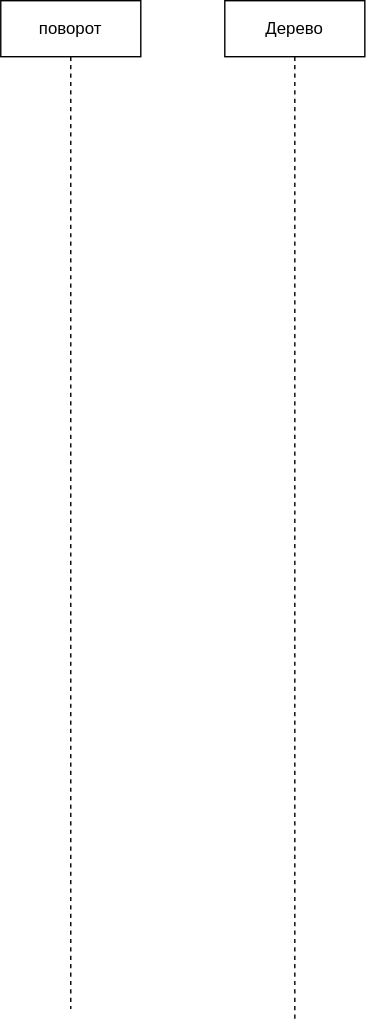
Before: База/Структуры данных/2. Быстро находить данные и проверять условия/2.3. Проверять принадлежность и уникальность/Множество (Set)/TreeAvl.поворот.drawio.svg, a diagram exported from draw.io (kosukhin/catalog). Source tidied: cells renumbered, new cells last; positions are measured from the earlier drawing's top-left corner, leaving out a move shared by most shapes. Source of this version:
```xml
<mxGraphModel>
  <root>
    <mxCell id="0" />
    <mxCell id="1" parent="0" />
    <mxCell id="2" value="поворот" style="shape=umlLifeline;perimeter=lifelinePerimeter;whiteSpace=wrap;html=1;outlineConnect=0;portConstraint=eastwest;newEdgeStyle={&quot;edgeStyle&quot;:&quot;sequenceEdgeStyle&quot;,&quot;libavoidRouting&quot;:0,&quot;curved&quot;:0,&quot;rounded&quot;:0};" parent="1" vertex="1">
      <mxGeometry width="100" height="720" as="geometry" />
    </mxCell>
    <mxCell id="3" value="Дерево" style="shape=umlLifeline;perimeter=lifelinePerimeter;whiteSpace=wrap;html=1;outlineConnect=0;portConstraint=eastwest;newEdgeStyle={&quot;edgeStyle&quot;:&quot;sequenceEdgeStyle&quot;,&quot;libavoidRouting&quot;:0,&quot;curved&quot;:0,&quot;rounded&quot;:0};" parent="1" vertex="1">
      <mxGeometry x="160" width="100" height="730" as="geometry" />
    </mxCell>
  </root>
</mxGraphModel>
```
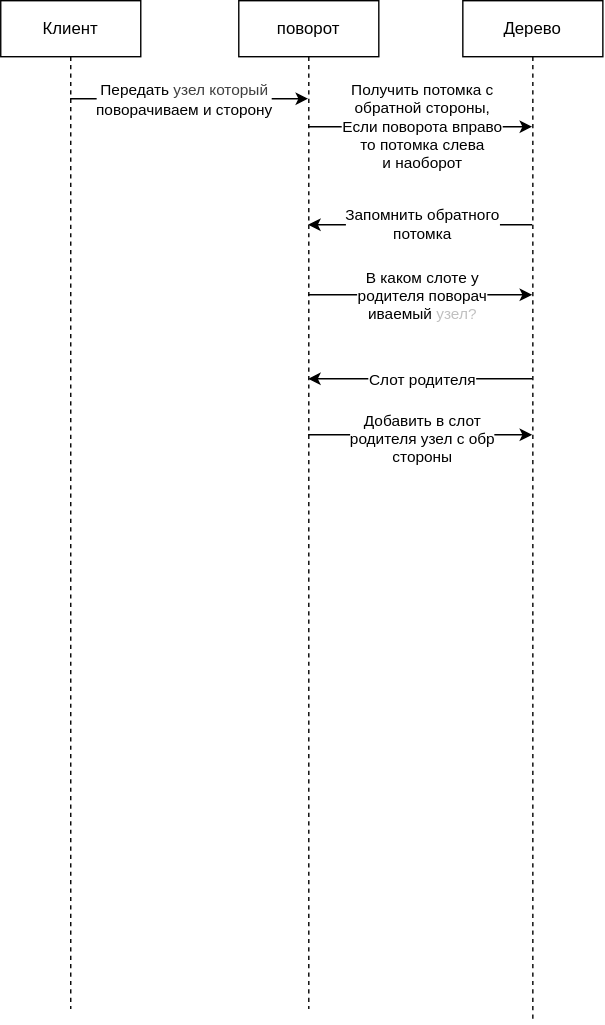
The same diagram one commit later.

Diff of the diagram source:
```diff
@@ -8,5 +8,80 @@
     <mxCell id="3" value="Дерево" style="shape=umlLifeline;perimeter=lifelinePerimeter;whiteSpace=wrap;html=1;outlineConnect=0;portConstraint=eastwest;newEdgeStyle={&quot;edgeStyle&quot;:&quot;sequenceEdgeStyle&quot;,&quot;libavoidRouting&quot;:0,&quot;curved&quot;:0,&quot;rounded&quot;:0};" parent="1" vertex="1">
       <mxGeometry x="160" width="100" height="730" as="geometry" />
     </mxCell>
+    <mxCell id="4" style="edgeStyle=sequenceEdgeStyle;html=1;libavoidRouting=0;curved=0;rounded=0;" parent="1" edge="1" source="2" target="3">
+      <mxGeometry relative="1" as="geometry">
+        <Array as="points">
+          <mxPoint x="210" y="90" />
+        </Array>
+      </mxGeometry>
+    </mxCell>
+    <mxCell id="5" value="Получить потомка с&amp;nbsp;&lt;div&gt;обратной стороны,&lt;/div&gt;&lt;div&gt;Если поворота вправо&lt;/div&gt;&lt;div&gt;то потомка слева&lt;/div&gt;&lt;div&gt;&amp;nbsp;и наоборот&lt;/div&gt;" style="edgeLabel;html=1;align=center;verticalAlign=middle;" parent="4" vertex="1">
+      <mxGeometry x="0.31" y="1" relative="1" as="geometry">
+        <mxPoint x="-24" as="offset" />
+      </mxGeometry>
+    </mxCell>
+    <mxCell id="6" value="Клиент" style="shape=umlLifeline;perimeter=lifelinePerimeter;whiteSpace=wrap;html=1;outlineConnect=0;portConstraint=eastwest;newEdgeStyle={&quot;edgeStyle&quot;:&quot;sequenceEdgeStyle&quot;,&quot;libavoidRouting&quot;:0,&quot;curved&quot;:0,&quot;rounded&quot;:0};" parent="1" vertex="1">
+      <mxGeometry x="-170" width="100" height="720" as="geometry" />
+    </mxCell>
+    <mxCell id="7" style="edgeStyle=sequenceEdgeStyle;html=1;libavoidRouting=0;curved=0;rounded=0;" parent="1" edge="1" source="6" target="2">
+      <mxGeometry relative="1" as="geometry">
+        <Array as="points">
+          <mxPoint x="40" y="70" />
+        </Array>
+      </mxGeometry>
+    </mxCell>
+    <mxCell id="8" value="Передать&lt;span style=&quot;color: rgb(63, 63, 63); background-color: light-dark(#ffffff, var(--ge-dark-color, #121212));&quot;&gt;&amp;nbsp;узел который&amp;nbsp;&lt;/span&gt;&lt;div&gt;&lt;div&gt;поворачиваем и сторону&lt;/div&gt;&lt;/div&gt;" style="edgeLabel;html=1;align=center;verticalAlign=middle;" parent="7" vertex="1">
+      <mxGeometry x="-0.25" relative="1" as="geometry">
+        <mxPoint x="17" as="offset" />
+      </mxGeometry>
+    </mxCell>
+    <mxCell id="9" style="edgeStyle=sequenceEdgeStyle;html=1;libavoidRouting=0;curved=0;rounded=0;" parent="1" edge="1" source="3" target="2">
+      <mxGeometry relative="1" as="geometry">
+        <Array as="points">
+          <mxPoint x="129.5" y="160" />
+        </Array>
+      </mxGeometry>
+    </mxCell>
+    <mxCell id="10" value="Запомнить обратного&lt;div&gt;потомка&lt;/div&gt;" style="edgeLabel;html=1;align=center;verticalAlign=middle;" parent="9" vertex="1">
+      <mxGeometry x="0.38" y="-1" relative="1" as="geometry">
+        <mxPoint x="31" as="offset" />
+      </mxGeometry>
+    </mxCell>
+    <mxCell id="11" style="edgeStyle=sequenceEdgeStyle;html=1;libavoidRouting=0;curved=0;rounded=0;" parent="1" edge="1" source="2" target="3">
+      <mxGeometry relative="1" as="geometry">
+        <Array as="points">
+          <mxPoint x="190" y="210" />
+        </Array>
+      </mxGeometry>
+    </mxCell>
+    <mxCell id="12" value="В каком слоте у&amp;nbsp;&lt;div&gt;родителя поворач&lt;/div&gt;&lt;div&gt;иваемый&amp;nbsp;&lt;span style=&quot;color: rgb(192, 192, 192); background-color: light-dark(#ffffff, var(--ge-dark-color, #121212));&quot;&gt;узел?&lt;/span&gt;&lt;/div&gt;" style="edgeLabel;html=1;align=center;verticalAlign=middle;" parent="11" vertex="1">
+      <mxGeometry x="0.36" relative="1" as="geometry">
+        <mxPoint x="-28" as="offset" />
+      </mxGeometry>
+    </mxCell>
+    <mxCell id="13" style="edgeStyle=sequenceEdgeStyle;html=1;libavoidRouting=0;curved=0;rounded=0;" parent="1" edge="1" source="3" target="2">
+      <mxGeometry relative="1" as="geometry">
+        <Array as="points">
+          <mxPoint x="60" y="270" />
+        </Array>
+      </mxGeometry>
+    </mxCell>
+    <mxCell id="14" value="Слот родителя" style="edgeLabel;html=1;align=center;verticalAlign=middle;" parent="13" vertex="1">
+      <mxGeometry x="0.29" y="3" relative="1" as="geometry">
+        <mxPoint x="24" y="-3" as="offset" />
+      </mxGeometry>
+    </mxCell>
+    <mxCell id="15" style="edgeStyle=sequenceEdgeStyle;html=1;libavoidRouting=0;curved=0;rounded=0;" parent="1" edge="1" source="2" target="3">
+      <mxGeometry relative="1" as="geometry">
+        <Array as="points">
+          <mxPoint x="200" y="310" />
+        </Array>
+      </mxGeometry>
+    </mxCell>
+    <mxCell id="16" value="Добавить в слот&lt;div&gt;родителя узел с обр&lt;/div&gt;&lt;div&gt;стороны&lt;/div&gt;" style="edgeLabel;html=1;align=center;verticalAlign=middle;" parent="15" vertex="1">
+      <mxGeometry x="-0.3" y="-2" relative="1" as="geometry">
+        <mxPoint x="25" as="offset" />
+      </mxGeometry>
+    </mxCell>
   </root>
 </mxGraphModel>
```
